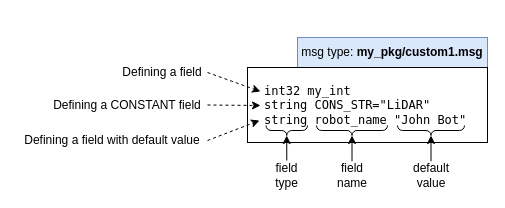
The draw.io diagram page "message-basic" (8 of 10) of src/resources/ros.drawio in harleylara/robotics, before the edit. Source tidied: cells renumbered, new cells numbered last; positions are measured from the earlier drawing's top-left corner, leaving out a move shared by most shapes. Both pictures are drawn from the tidied source at 100%, with x=0, y=0 at pixel (17, 37).
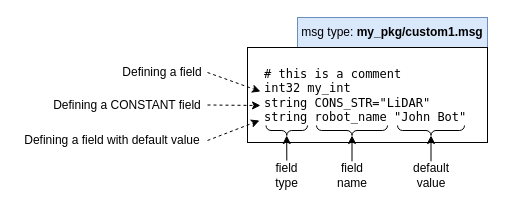
After the change.

Commit message (it also covers changes not shown here):
update diagram to include comment

Change to the diagram source:
```diff
@@
     <mxCell id="2" value="msg type: &lt;b&gt;my_pkg/custom1.msg&lt;/b&gt;" style="text;html=1;strokeColor=#6c8ebf;fillColor=#dae8fc;align=center;verticalAlign=middle;whiteSpace=wrap;rounded=0;" parent="1" vertex="1">
-      <mxGeometry x="280" width="190" height="30" as="geometry" />
+      <mxGeometry x="280" y="-20" width="190" height="30" as="geometry" />
     </mxCell>
-    <mxCell id="3" value="int32 my_int&lt;br&gt;string CONS_STR=&quot;LiDAR&quot;&lt;br&gt;string robot_name &quot;John Bot&quot;" style="rounded=0;whiteSpace=wrap;html=1;align=left;fontFamily=Lucida Console;spacing=17;" parent="1" vertex="1">
-      <mxGeometry x="230" y="30" width="240" height="75" as="geometry" />
+    <mxCell id="3" value="&lt;div&gt;# this is a comment&lt;/div&gt;int32 my_int&lt;br&gt;string CONS_STR=&quot;LiDAR&quot;&lt;br&gt;string robot_name &quot;John Bot&quot;" style="rounded=0;whiteSpace=wrap;html=1;align=left;fontFamily=Lucida Console;spacing=17;" parent="1" vertex="1">
+      <mxGeometry x="230" y="10" width="240" height="95" as="geometry" />
     </mxCell>
```
